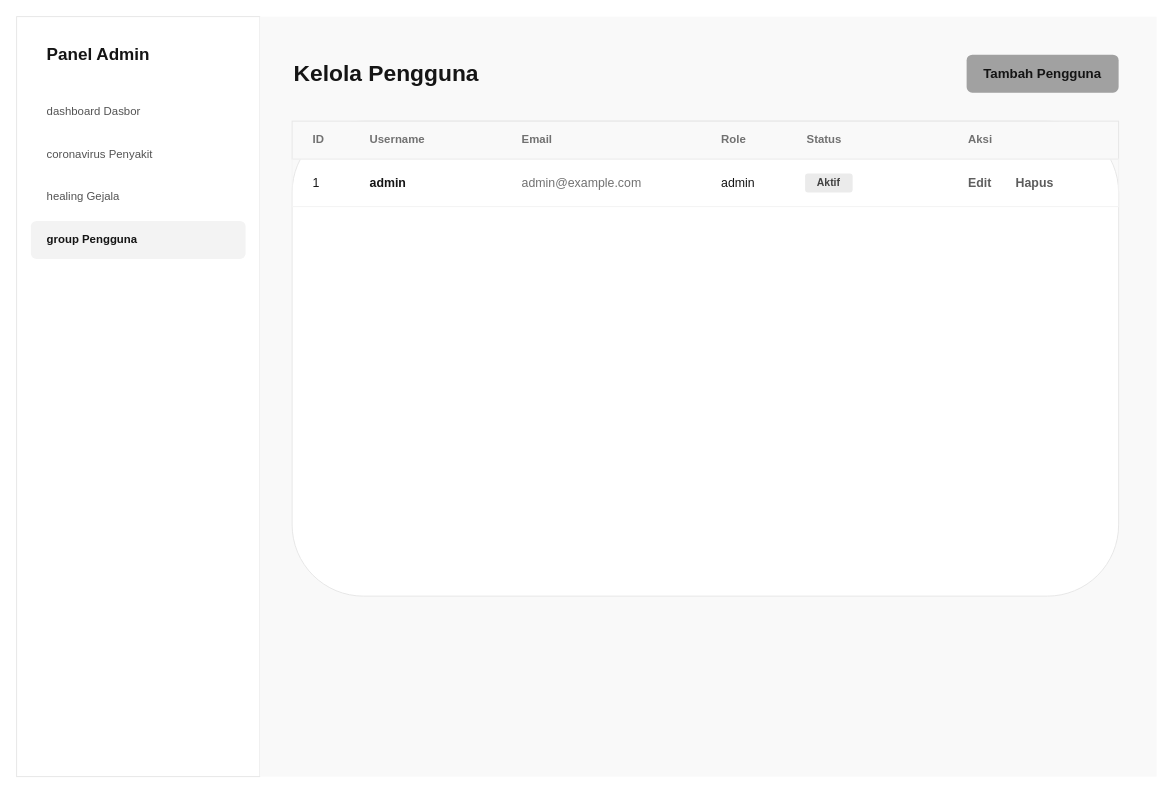
RajaSunrise/kangkungku keeps this draw.io diagram as diagram/desain_backup/admin-lihat-user.drawio. Above is the earlier version. Source tidied: cells renumbered, new cells numbered last; positions are measured from the earlier drawing's top-left corner, leaving out a move shared by most shapes. Both pictures are drawn from the tidied source at 95%, with x=0, y=0 at pixel (16, 16).
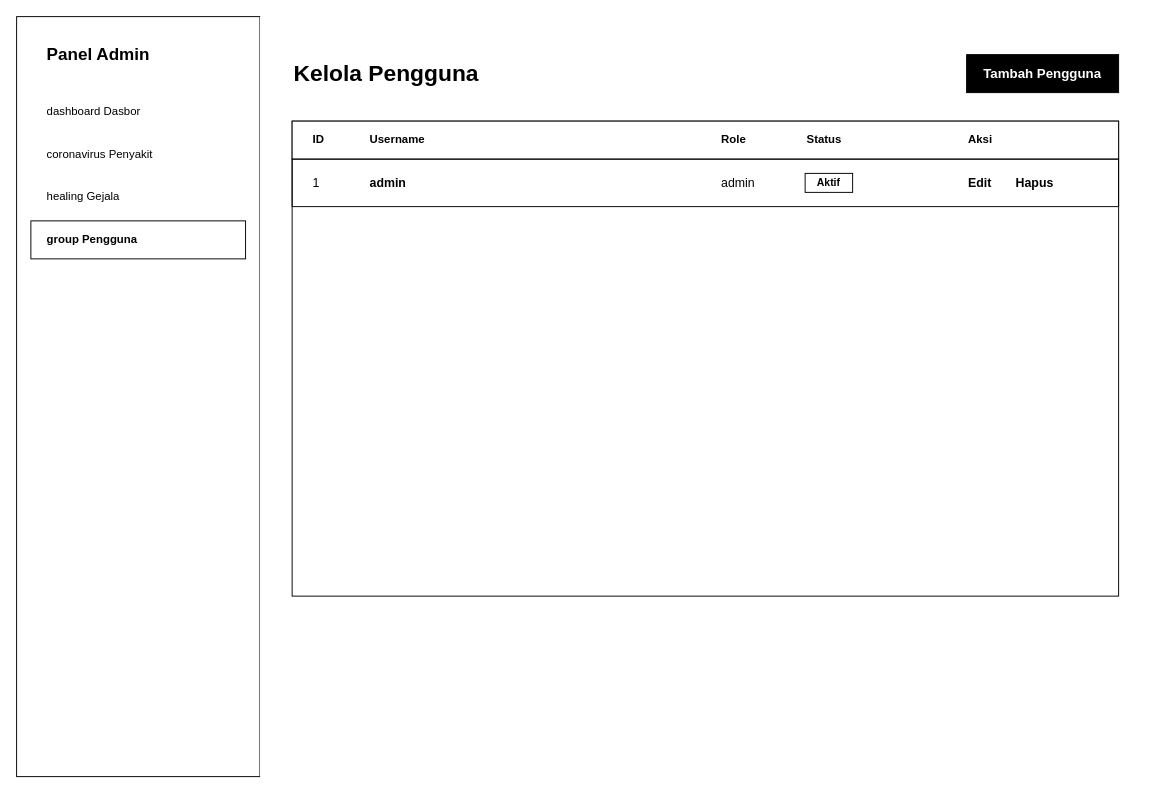
Above is the later version.

The edit, as a diff of the source:
```diff
@@
-    <mxCell id="2" style="rounded=0;whiteSpace=wrap;html=1;fillColor=#FFFFFF;strokeColor=#E6E6E6;" parent="1" vertex="1">
+    <mxCell id="2" style="rounded=0;whiteSpace=wrap;html=1;fillColor=#FFFFFF;strokeColor=#000000;" parent="1" vertex="1">
       <mxGeometry width="256" height="800" as="geometry" />
     </mxCell>
-    <mxCell id="3" value="Panel Admin" style="text;html=1;strokeColor=none;fillColor=none;align=left;verticalAlign=middle;whiteSpace=wrap;rounded=0;fontColor=#151515;fontSize=18;fontStyle=1;" parent="1" vertex="1">
+    <mxCell id="3" value="Panel Admin" style="text;html=1;strokeColor=none;fillColor=none;align=left;verticalAlign=middle;whiteSpace=wrap;rounded=0;fontColor=#000000;fontSize=18;fontStyle=1;" parent="1" vertex="1">
       <mxGeometry x="30" y="20" width="200" height="40" as="geometry" />
     </mxCell>
-    <mxCell id="4" value="dashboard  Dasbor" style="rounded=1;whiteSpace=wrap;html=1;fillColor=none;strokeColor=none;fontColor=#535353;align=left;spacingLeft=15;" parent="1" vertex="1">
+    <mxCell id="4" value="dashboard  Dasbor" style="rounded=0;whiteSpace=wrap;html=1;fillColor=none;strokeColor=none;fontColor=#000000;align=left;spacingLeft=15;" parent="1" vertex="1">
       <mxGeometry x="15" y="80" width="226" height="40" as="geometry" />
     </mxCell>
-    <mxCell id="5" value="coronavirus  Penyakit" style="rounded=1;whiteSpace=wrap;html=1;fillColor=none;strokeColor=none;fontColor=#535353;align=left;spacingLeft=15;" parent="1" vertex="1">
+    <mxCell id="5" value="coronavirus  Penyakit" style="rounded=0;whiteSpace=wrap;html=1;fillColor=none;strokeColor=none;fontColor=#000000;align=left;spacingLeft=15;" parent="1" vertex="1">
       <mxGeometry x="15" y="125" width="226" height="40" as="geometry" />
     </mxCell>
-    <mxCell id="6" value="healing  Gejala" style="rounded=1;whiteSpace=wrap;html=1;fillColor=none;strokeColor=none;fontColor=#535353;align=left;spacingLeft=15;" parent="1" vertex="1">
+    <mxCell id="6" value="healing  Gejala" style="rounded=0;whiteSpace=wrap;html=1;fillColor=none;strokeColor=none;fontColor=#000000;align=left;spacingLeft=15;" parent="1" vertex="1">
       <mxGeometry x="15" y="170" width="226" height="40" as="geometry" />
     </mxCell>
-    <mxCell id="7" value="group  Pengguna" style="rounded=1;whiteSpace=wrap;html=1;fillColor=#F3F3F3;strokeColor=none;fontColor=#151515;align=left;spacingLeft=15;fontStyle=1;" parent="1" vertex="1">
+    <mxCell id="7" value="group  Pengguna" style="rounded=0;whiteSpace=wrap;html=1;fillColor=#FFFFFF;strokeColor=#000000;fontColor=#000000;align=left;spacingLeft=15;fontStyle=1;" parent="1" vertex="1">
       <mxGeometry x="15" y="215" width="226" height="40" as="geometry" />
     </mxCell>
-    <mxCell id="8" style="rounded=0;whiteSpace=wrap;html=1;fillColor=#F9F9F9;strokeColor=none;" parent="1" vertex="1">
+    <mxCell id="8" style="rounded=0;whiteSpace=wrap;html=1;fillColor=#FFFFFF;strokeColor=none;" parent="1" vertex="1">
       <mxGeometry x="256" width="944" height="800" as="geometry" />
     </mxCell>
-    <mxCell id="9" value="Kelola Pengguna" style="text;html=1;strokeColor=none;fillColor=none;align=left;verticalAlign=middle;whiteSpace=wrap;rounded=0;fontColor=#151515;fontSize=24;fontStyle=1;" parent="1" vertex="1">
+    <mxCell id="9" value="Kelola Pengguna" style="text;html=1;strokeColor=none;fillColor=none;align=left;verticalAlign=middle;whiteSpace=wrap;rounded=0;fontColor=#000000;fontSize=24;fontStyle=1;" parent="1" vertex="1">
       <mxGeometry x="290" y="40" width="300" height="40" as="geometry" />
     </mxCell>
-    <mxCell id="10" value="Tambah Pengguna" style="rounded=1;whiteSpace=wrap;html=1;fillColor=#A1A1A1;strokeColor=none;fontColor=#151515;fontStyle=1;fontSize=14;" parent="1" vertex="1">
+    <mxCell id="10" value="Tambah Pengguna" style="rounded=0;whiteSpace=wrap;html=1;fillColor=#000000;strokeColor=#000000;fontColor=#FFFFFF;fontStyle=1;fontSize=14;" parent="1" vertex="1">
       <mxGeometry x="1000" y="40" width="160" height="40" as="geometry" />
     </mxCell>
-    <mxCell id="11" style="rounded=1;whiteSpace=wrap;html=1;fillColor=#FFFFFF;strokeColor=#E6E6E6;shadow=0;" parent="1" vertex="1">
+    <mxCell id="11" style="rounded=0;whiteSpace=wrap;html=1;fillColor=#FFFFFF;strokeColor=#000000;" parent="1" vertex="1">
       <mxGeometry x="290" y="110" width="870" height="500" as="geometry" />
     </mxCell>
-    <mxCell id="12" style="rounded=0;whiteSpace=wrap;html=1;fillColor=#F9F9F9;strokeColor=#E6E6E6;" parent="1" vertex="1">
+    <mxCell id="12" style="rounded=0;whiteSpace=wrap;html=1;fillColor=#FFFFFF;strokeColor=#000000;" parent="1" vertex="1">
       <mxGeometry x="290" y="110" width="870" height="40" as="geometry" />
     </mxCell>
-    <mxCell id="13" value="ID" style="text;html=1;strokeColor=none;fillColor=none;align=left;verticalAlign=middle;whiteSpace=wrap;rounded=0;fontColor=#717171;fontSize=12;fontStyle=1;" parent="1" vertex="1">
+    <mxCell id="13" value="ID" style="text;html=1;strokeColor=none;fillColor=none;align=left;verticalAlign=middle;whiteSpace=wrap;rounded=0;fontColor=#000000;fontSize=12;fontStyle=1;" parent="1" vertex="1">
       <mxGeometry x="310" y="115" width="50" height="30" as="geometry" />
     </mxCell>
-    <mxCell id="14" value="Username" style="text;html=1;strokeColor=none;fillColor=none;align=left;verticalAlign=middle;whiteSpace=wrap;rounded=0;fontColor=#717171;fontSize=12;fontStyle=1;" parent="1" vertex="1">
-      <mxGeometry x="370" y="115" width="150" height="30" as="geometry" />
+    <mxCell id="14" value="Username" style="text;html=1;strokeColor=none;fillColor=none;align=left;verticalAlign=middle;whiteSpace=wrap;rounded=0;fontColor=#000000;fontSize=12;fontStyle=1;" parent="1" vertex="1">
+      <mxGeometry x="370" y="115" width="350" height="30" as="geometry" />
     </mxCell>
-    <mxCell id="15" value="Email" style="text;html=1;strokeColor=none;fillColor=none;align=left;verticalAlign=middle;whiteSpace=wrap;rounded=0;fontColor=#717171;fontSize=12;fontStyle=1;" parent="1" vertex="1">
-      <mxGeometry x="530" y="115" width="200" height="30" as="geometry" />
-    </mxCell>
-    <mxCell id="16" value="Role" style="text;html=1;strokeColor=none;fillColor=none;align=left;verticalAlign=middle;whiteSpace=wrap;rounded=0;fontColor=#717171;fontSize=12;fontStyle=1;" parent="1" vertex="1">
+    <mxCell id="16" value="Role" style="text;html=1;strokeColor=none;fillColor=none;align=left;verticalAlign=middle;whiteSpace=wrap;rounded=0;fontColor=#000000;fontSize=12;fontStyle=1;" parent="1" vertex="1">
       <mxGeometry x="740" y="115" width="80" height="30" as="geometry" />
     </mxCell>
-    <mxCell id="17" value="Status" style="text;html=1;strokeColor=none;fillColor=none;align=left;verticalAlign=middle;whiteSpace=wrap;rounded=0;fontColor=#717171;fontSize=12;fontStyle=1;" parent="1" vertex="1">
+    <mxCell id="17" value="Status" style="text;html=1;strokeColor=none;fillColor=none;align=left;verticalAlign=middle;whiteSpace=wrap;rounded=0;fontColor=#000000;fontSize=12;fontStyle=1;" parent="1" vertex="1">
       <mxGeometry x="830" y="115" width="80" height="30" as="geometry" />
     </mxCell>
-    <mxCell id="18" value="Aksi" style="text;html=1;strokeColor=none;fillColor=none;align=left;verticalAlign=middle;whiteSpace=wrap;rounded=0;fontColor=#717171;fontSize=12;fontStyle=1;" parent="1" vertex="1">
+    <mxCell id="18" value="Aksi" style="text;html=1;strokeColor=none;fillColor=none;align=left;verticalAlign=middle;whiteSpace=wrap;rounded=0;fontColor=#000000;fontSize=12;fontStyle=1;" parent="1" vertex="1">
       <mxGeometry x="1000" y="115" width="100" height="30" as="geometry" />
     </mxCell>
-    <mxCell id="19" style="rounded=0;whiteSpace=wrap;html=1;fillColor=none;strokeColor=#F3F3F3;" parent="1" vertex="1">
+    <mxCell id="19" style="rounded=0;whiteSpace=wrap;html=1;fillColor=none;strokeColor=#000000;" parent="1" vertex="1">
       <mxGeometry x="290" y="150" width="870" height="50" as="geometry" />
     </mxCell>
-    <mxCell id="20" value="1" style="text;html=1;strokeColor=none;fillColor=none;align=left;verticalAlign=middle;whiteSpace=wrap;rounded=0;fontColor=#151515;fontSize=13;" parent="1" vertex="1">
+    <mxCell id="20" value="1" style="text;html=1;strokeColor=none;fillColor=none;align=left;verticalAlign=middle;whiteSpace=wrap;rounded=0;fontColor=#000000;fontSize=13;" parent="1" vertex="1">
       <mxGeometry x="310" y="160" width="50" height="30" as="geometry" />
     </mxCell>
-    <mxCell id="21" value="admin" style="text;html=1;strokeColor=none;fillColor=none;align=left;verticalAlign=middle;whiteSpace=wrap;rounded=0;fontColor=#151515;fontSize=13;fontStyle=1;" parent="1" vertex="1">
-      <mxGeometry x="370" y="160" width="150" height="30" as="geometry" />
+    <mxCell id="21" value="admin" style="text;html=1;strokeColor=none;fillColor=none;align=left;verticalAlign=middle;whiteSpace=wrap;rounded=0;fontColor=#000000;fontSize=13;fontStyle=1;" parent="1" vertex="1">
+      <mxGeometry x="370" y="160" width="350" height="30" as="geometry" />
     </mxCell>
-    <mxCell id="22" value="admin@example.com" style="text;html=1;strokeColor=none;fillColor=none;align=left;verticalAlign=middle;whiteSpace=wrap;rounded=0;fontColor=#717171;fontSize=13;" parent="1" vertex="1">
-      <mxGeometry x="530" y="160" width="200" height="30" as="geometry" />
-    </mxCell>
-    <mxCell id="23" value="admin" style="text;html=1;strokeColor=none;fillColor=none;align=left;verticalAlign=middle;whiteSpace=wrap;rounded=0;fontColor=#151515;fontSize=13;" parent="1" vertex="1">
+    <mxCell id="23" value="admin" style="text;html=1;strokeColor=none;fillColor=none;align=left;verticalAlign=middle;whiteSpace=wrap;rounded=0;fontColor=#000000;fontSize=13;" parent="1" vertex="1">
       <mxGeometry x="740" y="160" width="80" height="30" as="geometry" />
     </mxCell>
-    <mxCell id="24" value="Aktif" style="rounded=1;whiteSpace=wrap;html=1;fillColor=#EBEBEB;strokeColor=none;fontColor=#414141;fontSize=11;fontStyle=1;" parent="1" vertex="1">
+    <mxCell id="24" value="Aktif" style="rounded=0;whiteSpace=wrap;html=1;fillColor=#FFFFFF;strokeColor=#000000;fontColor=#000000;fontSize=11;fontStyle=1;" parent="1" vertex="1">
       <mxGeometry x="830" y="165" width="50" height="20" as="geometry" />
     </mxCell>
-    <mxCell id="25" value="Edit" style="text;html=1;strokeColor=none;fillColor=none;align=left;verticalAlign=middle;whiteSpace=wrap;rounded=0;fontColor=#5F5F5F;fontSize=13;fontStyle=1;" parent="1" vertex="1">
+    <mxCell id="25" value="Edit" style="text;html=1;strokeColor=none;fillColor=none;align=left;verticalAlign=middle;whiteSpace=wrap;rounded=0;fontColor=#000000;fontSize=13;fontStyle=1;" parent="1" vertex="1">
       <mxGeometry x="1000" y="160" width="40" height="30" as="geometry" />
     </mxCell>
-    <mxCell id="26" value="Hapus" style="text;html=1;strokeColor=none;fillColor=none;align=left;verticalAlign=middle;whiteSpace=wrap;rounded=0;fontColor=#5C5C5C;fontSize=13;fontStyle=1;" parent="1" vertex="1">
+    <mxCell id="26" value="Hapus" style="text;html=1;strokeColor=none;fillColor=none;align=left;verticalAlign=middle;whiteSpace=wrap;rounded=0;fontColor=#000000;fontSize=13;fontStyle=1;" parent="1" vertex="1">
       <mxGeometry x="1050" y="160" width="50" height="30" as="geometry" />
     </mxCell>
```
